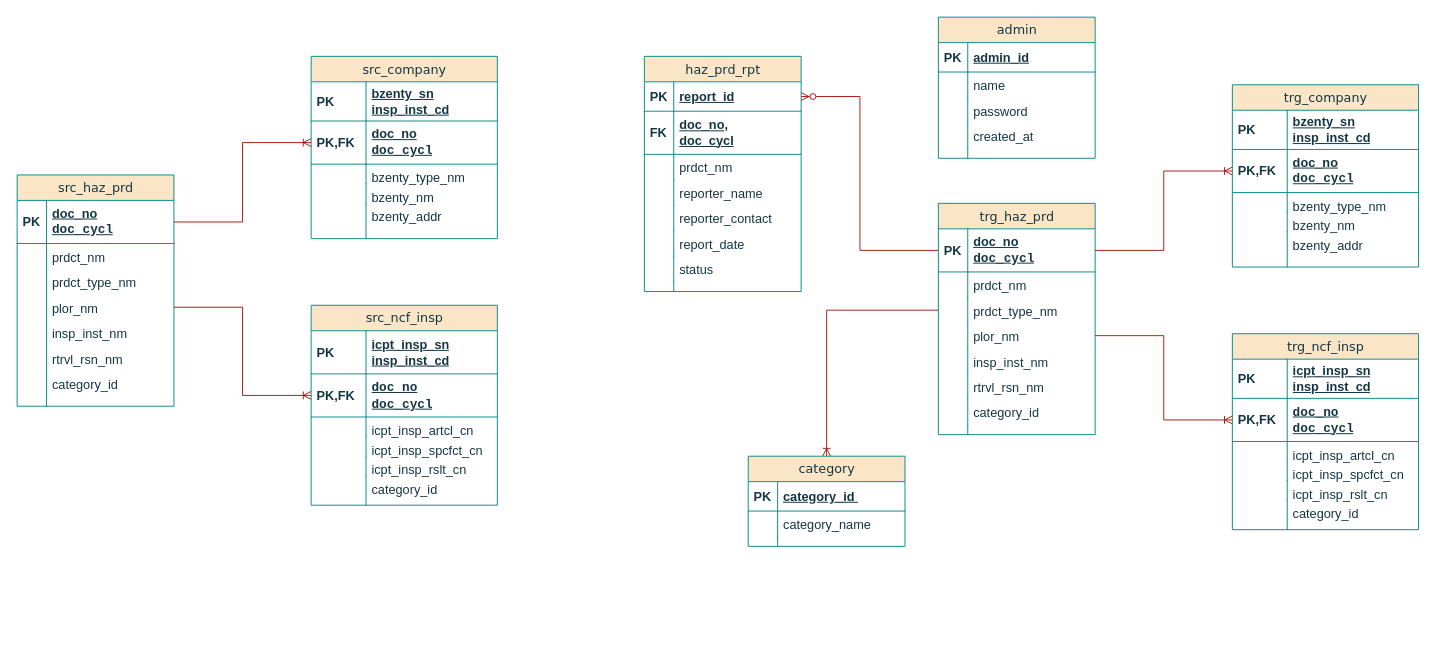
This is [위해상품관리시스템]_ERD_차수민.drawio from SOOMINCHA/product_front, a draw.io file, before an edit. Source tidied: cells renumbered, new cells numbered last; positions are measured from the earlier drawing's top-left corner, leaving out a move shared by most shapes. Both pictures are drawn from the tidied source at 98%, with x=0, y=0 at pixel (17, 17).
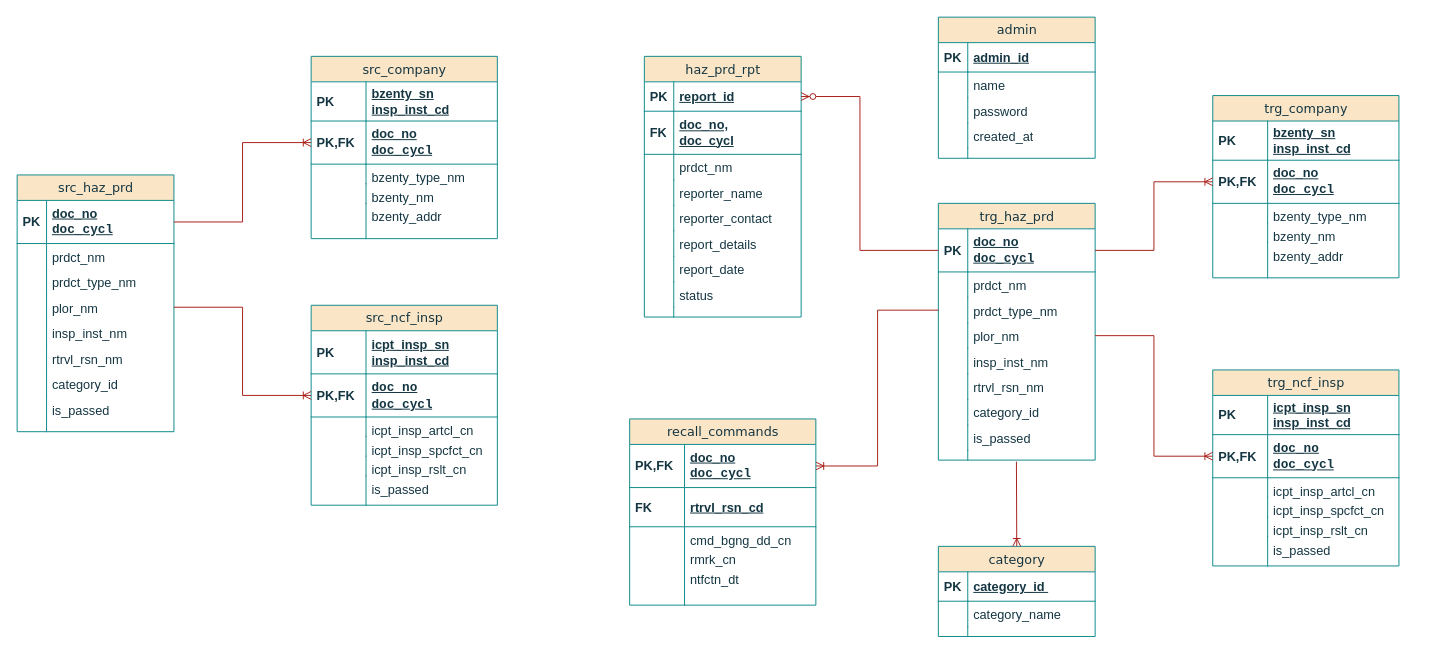
Above is the later version.

Commit message:
[위해상품관리시스템]_ERD_차수민.drawio 업데이트

Unchanged cells that the change refers to:
```xml
<mxCell id="35" value="prdct_type_nm" style="shape=partialRectangle;top=0;left=0;right=0;bottom=0;html=1;align=left;verticalAlign=top;fillColor=none;spacingLeft=34;spacingRight=4;whiteSpace=wrap;overflow=hidden;points=[[0,0.5],[1,0.5]];portConstraint=eastwest;fontSize=13;labelBackgroundColor=none;strokeColor=#0F8B8D;fontColor=#143642;" parent="30" vertex="1">
  <mxGeometry y="96" width="160" height="26" as="geometry" />
</mxCell>
<mxCell id="110" value="src_ncf_insp" style="swimlane;html=1;fontStyle=0;horizontal=1;startSize=26;fillColor=#FAE5C7;swimlaneFillColor=#ffffff;align=center;rounded=0;shadow=0;comic=0;labelBackgroundColor=none;strokeWidth=1;fontFamily=Verdana;fontSize=13;strokeColor=#0F8B8D;fontColor=#143642;" parent="1" vertex="1">
  <mxGeometry x="300" y="294" width="190" height="204" as="geometry" />
</mxCell>
```

The edit, as a diff of the source:
```diff
@@
     <mxCell id="13" value="haz_prd_rpt" style="swimlane;html=1;fontStyle=0;horizontal=1;startSize=26;fillColor=#FAE5C7;swimlaneFillColor=#ffffff;align=center;rounded=0;shadow=0;comic=0;labelBackgroundColor=none;strokeWidth=1;fontFamily=Verdana;fontSize=13;strokeColor=#0F8B8D;fontColor=#143642;" parent="1" vertex="1">
-      <mxGeometry x="640" y="40" width="160" height="240" as="geometry" />
+      <mxGeometry x="640" y="40" width="160" height="266" as="geometry" />
     </mxCell>
@@
-    <mxCell id="24" value="&lt;code&gt;&lt;font face=&quot;Helvetica&quot;&gt;report_date&lt;/font&gt;&lt;/code&gt;" style="shape=partialRectangle;top=0;left=0;right=0;bottom=0;html=1;align=left;verticalAlign=top;fillColor=none;spacingLeft=34;spacingRight=4;whiteSpace=wrap;overflow=hidden;fontSize=13;labelBackgroundColor=none;strokeColor=#0F8B8D;fontColor=#143642;" parent="13" vertex="1">
+    <mxCell id="24" value="report_details&amp;nbsp;" style="shape=partialRectangle;top=0;left=0;right=0;bottom=0;html=1;align=left;verticalAlign=top;fillColor=none;spacingLeft=34;spacingRight=4;whiteSpace=wrap;overflow=hidden;fontSize=13;labelBackgroundColor=none;strokeColor=#0F8B8D;fontColor=#143642;" parent="13" vertex="1">
       <mxGeometry y="178" width="160" height="26" as="geometry" />
     </mxCell>
@@
+    <mxCell id="125" value="&lt;code&gt;&lt;font face=&quot;Helvetica&quot;&gt;report_date&lt;/font&gt;&lt;/code&gt;" style="shape=partialRectangle;top=0;left=0;right=0;bottom=0;html=1;align=left;verticalAlign=top;fillColor=none;spacingLeft=34;spacingRight=4;whiteSpace=wrap;overflow=hidden;fontSize=13;labelBackgroundColor=none;strokeColor=#0F8B8D;fontColor=#143642;" parent="13" vertex="1">
+      <mxGeometry y="204" width="160" height="26" as="geometry" />
+    </mxCell>
+    <mxCell id="126" style="shape=partialRectangle;top=0;left=0;bottom=0;html=1;fillColor=none;align=left;verticalAlign=top;spacingLeft=4;spacingRight=4;whiteSpace=wrap;overflow=hidden;fontSize=13;labelBackgroundColor=none;strokeColor=#0F8B8D;fontColor=#143642;" parent="125" vertex="1">
+      <mxGeometry width="30" height="26" as="geometry" />
+    </mxCell>
     <mxCell id="26" value="&lt;code&gt;&lt;font face=&quot;Helvetica&quot;&gt;status&lt;/font&gt;&lt;/code&gt;" style="shape=partialRectangle;top=0;left=0;right=0;bottom=0;html=1;align=left;verticalAlign=top;fillColor=none;spacingLeft=34;spacingRight=4;whiteSpace=wrap;overflow=hidden;fontSize=13;labelBackgroundColor=none;strokeColor=#0F8B8D;fontColor=#143642;" parent="13" vertex="1">
-      <mxGeometry y="204" width="160" height="26" as="geometry" />
+      <mxGeometry y="230" width="160" height="26" as="geometry" />
     </mxCell>
@@
     <mxCell id="28" style="shape=partialRectangle;top=0;left=0;right=0;bottom=0;html=1;align=left;verticalAlign=top;fillColor=none;spacingLeft=34;spacingRight=4;whiteSpace=wrap;overflow=hidden;fontSize=13;labelBackgroundColor=none;strokeColor=#0F8B8D;fontColor=#143642;" parent="13" vertex="1">
-      <mxGeometry y="230" width="160" height="10" as="geometry" />
+      <mxGeometry y="256" width="160" height="10" as="geometry" />
     </mxCell>
@@
     <mxCell id="30" value="trg_haz_prd" style="swimlane;html=1;fontStyle=0;horizontal=1;startSize=26;fillColor=#FAE5C7;swimlaneFillColor=#ffffff;align=center;rounded=0;shadow=0;comic=0;labelBackgroundColor=none;strokeWidth=1;fontFamily=Verdana;fontSize=13;strokeColor=#0F8B8D;fontColor=#143642;" parent="1" vertex="1">
-      <mxGeometry x="940" y="190" width="160" height="236" as="geometry" />
+      <mxGeometry x="940" y="190" width="160" height="262" as="geometry" />
     </mxCell>
@@
+    <mxCell id="127" value="is_passed&amp;nbsp; &amp;nbsp; &amp;nbsp; &amp;nbsp;&amp;nbsp;" style="shape=partialRectangle;top=0;left=0;right=0;bottom=0;html=1;align=left;verticalAlign=top;fillColor=none;spacingLeft=34;spacingRight=4;whiteSpace=wrap;overflow=hidden;fontSize=13;labelBackgroundColor=none;strokeColor=#0F8B8D;fontColor=#143642;" parent="30" vertex="1">
+      <mxGeometry y="226" width="160" height="26" as="geometry" />
+    </mxCell>
+    <mxCell id="128" style="shape=partialRectangle;top=0;left=0;bottom=0;html=1;fillColor=none;align=left;verticalAlign=top;spacingLeft=4;spacingRight=4;whiteSpace=wrap;overflow=hidden;fontSize=13;labelBackgroundColor=none;strokeColor=#0F8B8D;fontColor=#143642;" parent="127" vertex="1">
+      <mxGeometry width="30" height="26" as="geometry" />
+    </mxCell>
     <mxCell id="45" style="shape=partialRectangle;top=0;left=0;right=0;bottom=0;html=1;align=left;verticalAlign=top;fillColor=none;spacingLeft=34;spacingRight=4;whiteSpace=wrap;overflow=hidden;points=[[0,0.5],[1,0.5]];portConstraint=eastwest;fontSize=13;labelBackgroundColor=none;strokeColor=#0F8B8D;fontColor=#143642;" parent="30" vertex="1">
-      <mxGeometry y="226" width="160" height="10" as="geometry" />
+      <mxGeometry y="252" width="160" height="10" as="geometry" />
     </mxCell>
@@
     <mxCell id="47" value="trg_company" style="swimlane;html=1;fontStyle=0;horizontal=1;startSize=26;fillColor=#FAE5C7;swimlaneFillColor=#ffffff;align=center;rounded=0;shadow=0;comic=0;labelBackgroundColor=none;strokeWidth=1;fontFamily=Verdana;fontSize=13;strokeColor=#0F8B8D;fontColor=#143642;" parent="1" vertex="1">
-      <mxGeometry x="1240" y="69" width="190" height="186" as="geometry" />
+      <mxGeometry x="1220" y="80" width="190" height="186" as="geometry" />
     </mxCell>
@@
     <mxCell id="58" value="trg_ncf_insp" style="swimlane;html=1;fontStyle=0;horizontal=1;startSize=26;fillColor=#FAE5C7;swimlaneFillColor=#ffffff;align=center;rounded=0;shadow=0;comic=0;labelBackgroundColor=none;strokeWidth=1;fontFamily=Verdana;fontSize=13;strokeColor=#0F8B8D;fontColor=#143642;" parent="1" vertex="1">
-      <mxGeometry x="1240" y="323" width="190" height="200" as="geometry" />
+      <mxGeometry x="1220" y="360" width="190" height="200" as="geometry" />
     </mxCell>
@@
-    <mxCell id="69" value="&lt;code&gt;&lt;font face=&quot;Helvetica&quot;&gt;category_id &lt;/font&gt;&lt;/code&gt;" style="shape=partialRectangle;top=0;left=0;right=0;bottom=0;html=1;align=left;verticalAlign=top;fillColor=none;spacingLeft=60;spacingRight=4;whiteSpace=wrap;overflow=hidden;fontSize=13;labelBackgroundColor=none;strokeColor=#0F8B8D;fontColor=#143642;" parent="58" vertex="1">
+    <mxCell id="69" value="is_passed&amp;nbsp; &amp;nbsp; &amp;nbsp; &amp;nbsp;&amp;nbsp;" style="shape=partialRectangle;top=0;left=0;right=0;bottom=0;html=1;align=left;verticalAlign=top;fillColor=none;spacingLeft=60;spacingRight=4;whiteSpace=wrap;overflow=hidden;fontSize=13;labelBackgroundColor=none;strokeColor=#0F8B8D;fontColor=#143642;" parent="58" vertex="1">
       <mxGeometry y="170" width="190" height="30" as="geometry" />
     </mxCell>
@@
     <mxCell id="71" value="category" style="swimlane;html=1;fontStyle=0;horizontal=1;startSize=26;fillColor=#FAE5C7;swimlaneFillColor=#ffffff;align=center;rounded=0;shadow=0;comic=0;labelBackgroundColor=none;strokeWidth=1;fontFamily=Verdana;fontSize=13;swimlaneLine=1;strokeColor=#0F8B8D;fontColor=#143642;" parent="1" vertex="1">
-      <mxGeometry x="746" y="448" width="160" height="92" as="geometry" />
+      <mxGeometry x="940" y="540" width="160" height="92" as="geometry" />
     </mxCell>
@@
-    <mxCell id="79" style="edgeStyle=elbowEdgeStyle;fontSize=13;html=1;endArrow=ERoneToMany;rounded=0;exitX=0;exitY=0.5;exitDx=0;exitDy=0;entryX=0.5;entryY=0;entryDx=0;entryDy=0;labelBackgroundColor=none;strokeColor=#A8201A;fontColor=default;" parent="1" edge="1" source="35" target="71">
-      <mxGeometry relative="1" as="geometry">
-        <Array as="points">
-          <mxPoint x="826" y="308" />
-          <mxPoint x="836" y="318" />
-          <mxPoint x="826" y="308" />
-        </Array>
-      </mxGeometry>
-    </mxCell>
@@
     <mxCell id="82" value="src_haz_prd" style="swimlane;html=1;fontStyle=0;horizontal=1;startSize=26;fillColor=#FAE5C7;swimlaneFillColor=#ffffff;align=center;rounded=0;shadow=0;comic=0;labelBackgroundColor=none;strokeWidth=1;fontFamily=Verdana;fontSize=13;strokeColor=#0F8B8D;fontColor=#143642;" parent="1" vertex="1">
-      <mxGeometry y="161" width="160" height="236" as="geometry" />
+      <mxGeometry y="161" width="160" height="262" as="geometry" />
     </mxCell>
@@
+    <mxCell id="129" value="is_passed&amp;nbsp; &amp;nbsp; &amp;nbsp; &amp;nbsp;&amp;nbsp;" style="shape=partialRectangle;top=0;left=0;right=0;bottom=0;html=1;align=left;verticalAlign=top;fillColor=none;spacingLeft=34;spacingRight=4;whiteSpace=wrap;overflow=hidden;fontSize=13;labelBackgroundColor=none;strokeColor=#0F8B8D;fontColor=#143642;" parent="82" vertex="1">
+      <mxGeometry y="226" width="160" height="26" as="geometry" />
+    </mxCell>
+    <mxCell id="130" style="shape=partialRectangle;top=0;left=0;bottom=0;html=1;fillColor=none;align=left;verticalAlign=top;spacingLeft=4;spacingRight=4;whiteSpace=wrap;overflow=hidden;fontSize=13;labelBackgroundColor=none;strokeColor=#0F8B8D;fontColor=#143642;" parent="129" vertex="1">
+      <mxGeometry width="30" height="26" as="geometry" />
+    </mxCell>
     <mxCell id="97" style="shape=partialRectangle;top=0;left=0;right=0;bottom=0;html=1;align=left;verticalAlign=top;fillColor=none;spacingLeft=34;spacingRight=4;whiteSpace=wrap;overflow=hidden;fontSize=13;labelBackgroundColor=none;strokeColor=#0F8B8D;fontColor=#143642;" parent="82" vertex="1">
-      <mxGeometry y="226" width="160" height="10" as="geometry" />
+      <mxGeometry y="252" width="160" height="10" as="geometry" />
     </mxCell>
@@
-    <mxCell id="121" value="&lt;code&gt;&lt;font face=&quot;Helvetica&quot;&gt;category_id &lt;/font&gt;&lt;/code&gt;" style="shape=partialRectangle;top=0;left=0;right=0;bottom=0;html=1;align=left;verticalAlign=top;fillColor=none;spacingLeft=60;spacingRight=4;whiteSpace=wrap;overflow=hidden;fontSize=13;labelBackgroundColor=none;strokeColor=#0F8B8D;fontColor=#143642;" parent="110" vertex="1">
+    <mxCell id="121" value="is_passed&amp;nbsp; &amp;nbsp; &amp;nbsp; &amp;nbsp;&amp;nbsp;" style="shape=partialRectangle;top=0;left=0;right=0;bottom=0;html=1;align=left;verticalAlign=top;fillColor=none;spacingLeft=60;spacingRight=4;whiteSpace=wrap;overflow=hidden;fontSize=13;labelBackgroundColor=none;strokeColor=#0F8B8D;fontColor=#143642;" parent="110" vertex="1">
       <mxGeometry y="174" width="190" height="30" as="geometry" />
     </mxCell>
@@
+    <mxCell id="131" value="recall_commands" style="swimlane;html=1;fontStyle=0;horizontal=1;startSize=26;fillColor=#FAE5C7;swimlaneFillColor=#ffffff;align=center;rounded=0;shadow=0;comic=0;labelBackgroundColor=none;strokeWidth=1;fontFamily=Verdana;fontSize=13;strokeColor=#0F8B8D;fontColor=#143642;" parent="1" vertex="1">
+      <mxGeometry x="625" y="410" width="190" height="190" as="geometry" />
+    </mxCell>
+    <mxCell id="132" value="doc_no&lt;div&gt;&lt;code&gt;doc_cycl&lt;/code&gt;&lt;/div&gt;" style="shape=partialRectangle;top=0;left=0;right=0;bottom=1;html=1;align=left;verticalAlign=middle;fillColor=none;spacingLeft=60;spacingRight=4;whiteSpace=wrap;overflow=hidden;points=[[0,0.5],[1,0.5]];portConstraint=eastwest;fontStyle=5;fontSize=13;labelBackgroundColor=none;strokeColor=#0F8B8D;fontColor=#143642;" parent="131" vertex="1">
+      <mxGeometry y="26" width="190" height="44" as="geometry" />
+    </mxCell>
+    <mxCell id="133" value="PK,FK" style="shape=partialRectangle;fontStyle=1;top=0;left=0;bottom=0;html=1;fillColor=none;align=left;verticalAlign=middle;spacingLeft=4;spacingRight=4;whiteSpace=wrap;overflow=hidden;fontSize=13;labelBackgroundColor=none;strokeColor=#0F8B8D;fontColor=#143642;" parent="132" vertex="1">
+      <mxGeometry width="56" height="44" as="geometry" />
+    </mxCell>
+    <mxCell id="134" value="rtrvl_rsn_cd    " style="shape=partialRectangle;top=0;left=0;right=0;bottom=1;html=1;align=left;verticalAlign=middle;fillColor=none;spacingLeft=60;spacingRight=4;whiteSpace=wrap;overflow=hidden;fontStyle=5;fontSize=13;labelBackgroundColor=none;strokeColor=#0F8B8D;fontColor=#143642;" parent="131" vertex="1">
+      <mxGeometry y="70" width="190" height="40" as="geometry" />
+    </mxCell>
+    <mxCell id="135" value="FK" style="shape=partialRectangle;fontStyle=1;top=0;left=0;bottom=0;html=1;fillColor=none;align=left;verticalAlign=middle;spacingLeft=4;spacingRight=4;whiteSpace=wrap;overflow=hidden;fontSize=13;labelBackgroundColor=none;strokeColor=#0F8B8D;fontColor=#143642;" parent="134" vertex="1">
+      <mxGeometry width="56" height="40" as="geometry" />
+    </mxCell>
+    <mxCell id="136" value="cmd_bgng_dd_cn&amp;nbsp; &amp;nbsp;" style="shape=partialRectangle;top=0;left=0;right=0;bottom=0;html=1;align=left;verticalAlign=top;fillColor=none;spacingLeft=60;spacingRight=4;whiteSpace=wrap;overflow=hidden;fontSize=13;labelBackgroundColor=none;strokeColor=#0F8B8D;fontColor=#143642;" parent="131" vertex="1">
+      <mxGeometry y="110" width="190" height="20" as="geometry" />
+    </mxCell>
+    <mxCell id="137" style="shape=partialRectangle;top=0;left=0;bottom=0;html=1;fillColor=none;align=left;verticalAlign=top;spacingLeft=4;spacingRight=4;whiteSpace=wrap;overflow=hidden;fontSize=13;labelBackgroundColor=none;strokeColor=#0F8B8D;fontColor=#143642;" parent="136" vertex="1">
+      <mxGeometry width="56" height="20" as="geometry" />
+    </mxCell>
+    <mxCell id="138" value="rmrk_cn&amp;nbsp; &amp;nbsp; &amp;nbsp; &amp;nbsp; &amp;nbsp;" style="shape=partialRectangle;top=0;left=0;right=0;bottom=0;html=1;align=left;verticalAlign=top;fillColor=none;spacingLeft=60;spacingRight=4;whiteSpace=wrap;overflow=hidden;fontSize=13;labelBackgroundColor=none;strokeColor=#0F8B8D;fontColor=#143642;" parent="131" vertex="1">
+      <mxGeometry y="130" width="190" height="20" as="geometry" />
+    </mxCell>
+    <mxCell id="139" style="shape=partialRectangle;top=0;left=0;bottom=0;html=1;fillColor=none;align=left;verticalAlign=top;spacingLeft=4;spacingRight=4;whiteSpace=wrap;overflow=hidden;fontSize=13;labelBackgroundColor=none;strokeColor=#0F8B8D;fontColor=#143642;" parent="138" vertex="1">
+      <mxGeometry width="56" height="20" as="geometry" />
+    </mxCell>
+    <mxCell id="140" value="ntfctn_dt&amp;nbsp; &amp;nbsp; &amp;nbsp; &amp;nbsp;" style="shape=partialRectangle;top=0;left=0;right=0;bottom=0;html=1;align=left;verticalAlign=top;fillColor=none;spacingLeft=60;spacingRight=4;whiteSpace=wrap;overflow=hidden;fontSize=13;labelBackgroundColor=none;strokeColor=#0F8B8D;fontColor=#143642;" parent="131" vertex="1">
+      <mxGeometry y="150" width="190" height="40" as="geometry" />
+    </mxCell>
+    <mxCell id="141" style="shape=partialRectangle;top=0;left=0;bottom=0;html=1;fillColor=none;align=left;verticalAlign=top;spacingLeft=4;spacingRight=4;whiteSpace=wrap;overflow=hidden;fontSize=13;labelBackgroundColor=none;strokeColor=#0F8B8D;fontColor=#143642;" parent="140" vertex="1">
+      <mxGeometry width="56" height="40" as="geometry" />
+    </mxCell>
+    <mxCell id="142" style="fontSize=12;html=1;endArrow=ERoneToMany;rounded=0;entryX=0.5;entryY=0;entryDx=0;entryDy=0;strokeColor=#A8201A;exitX=0.498;exitY=1.157;exitDx=0;exitDy=0;exitPerimeter=0;" parent="1" edge="1" source="45" target="71">
+      <mxGeometry relative="1" as="geometry" />
+    </mxCell>
+    <mxCell id="143" style="edgeStyle=elbowEdgeStyle;fontSize=12;html=1;endArrow=ERoneToMany;rounded=0;entryX=1;entryY=0.5;entryDx=0;entryDy=0;exitX=0;exitY=0.5;exitDx=0;exitDy=0;strokeColor=#A8201A;" parent="1" edge="1" source="35" target="132">
+      <mxGeometry relative="1" as="geometry" />
+    </mxCell>
```
